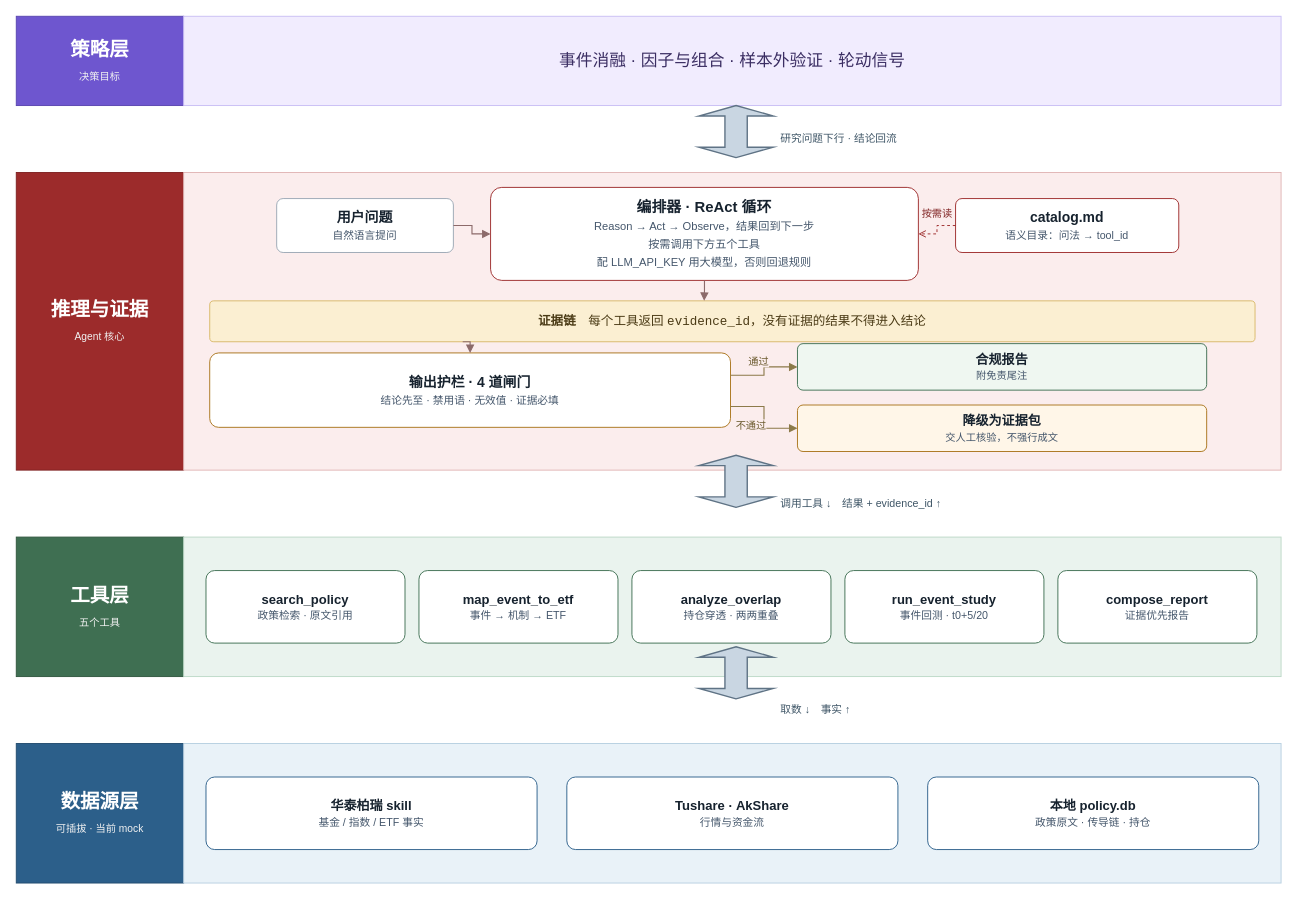
The draw.io diagram docs/architecture.drawio in ChinaLyn/etf-research-agent, before the edit. Source tidied: cells renumbered, new cells numbered last; positions are measured from the earlier drawing's top-left corner, leaving out a move shared by most shapes. Both pictures are drawn from the tidied source at 93%, with x=0, y=0 at pixel (16, 16). Pictures stored in the file or linked from it are replaced by grey dashed boxes.
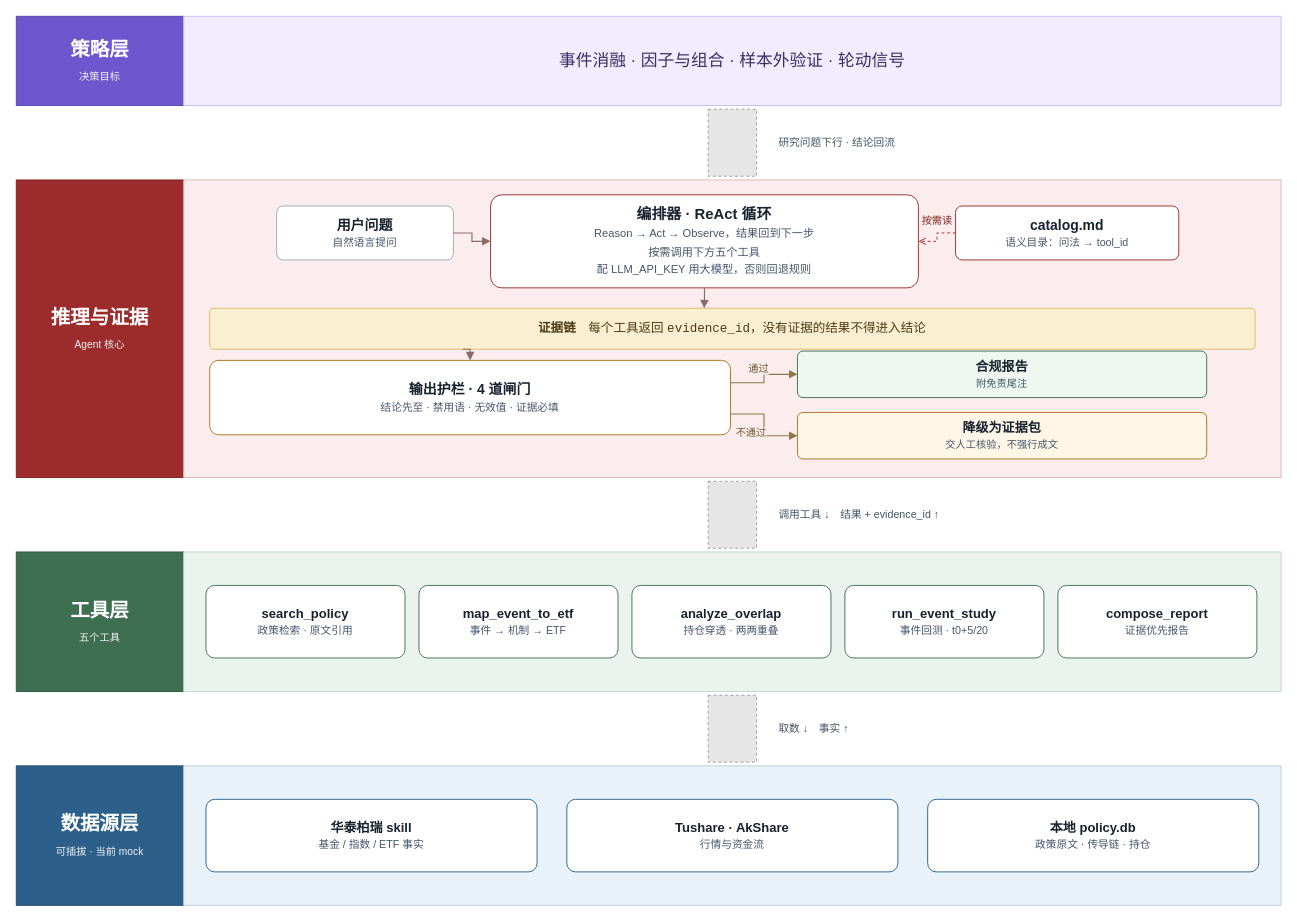
The same diagram, later.

Commit message (it also covers changes not shown here):
docs: 层间箭头改为自绘填充双向箭头，与色带留出边距不再重叠

Diff of the diagram source:
```diff
@@
     <mxCell id="5" value="&lt;b&gt;推理与证据&lt;/b&gt;&lt;br&gt;&lt;font style=&quot;font-size:11px;color:#F2F2F2&quot;&gt;Agent 核心&lt;/font&gt;" style="rounded=0;whiteSpace=wrap;html=1;fontSize=21;fontColor=#FFFFFF;fontFamily=Microsoft YaHei;fillColor=#9C2B2B;strokeColor=#7F2222;" parent="1" vertex="1">
-      <mxGeometry y="168" width="180" height="320" as="geometry" />
+      <mxGeometry y="176" width="180" height="320" as="geometry" />
     </mxCell>
     <mxCell id="6" style="rounded=0;whiteSpace=wrap;html=1;fontFamily=Microsoft YaHei;fillColor=#FBEDED;strokeColor=#E0B4B4;" parent="1" vertex="1">
-      <mxGeometry x="180" y="168" width="1180" height="320" as="geometry" />
+      <mxGeometry x="180" y="176" width="1180" height="320" as="geometry" />
     </mxCell>
@@
     <mxCell id="20" value="&lt;b&gt;工具层&lt;/b&gt;&lt;br&gt;&lt;font style=&quot;font-size:11px;color:#F2F2F2&quot;&gt;五个工具&lt;/font&gt;" style="rounded=0;whiteSpace=wrap;html=1;fontSize=21;fontColor=#FFFFFF;fontFamily=Microsoft YaHei;fillColor=#3F6F52;strokeColor=#31573F;" parent="1" vertex="1">
-      <mxGeometry y="560" width="180" height="150" as="geometry" />
+      <mxGeometry y="576" width="180" height="150" as="geometry" />
     </mxCell>
     <mxCell id="21" style="rounded=0;whiteSpace=wrap;html=1;fontFamily=Microsoft YaHei;fillColor=#EAF3EE;strokeColor=#BCD9C7;" parent="1" vertex="1">
-      <mxGeometry x="180" y="560" width="1180" height="150" as="geometry" />
+      <mxGeometry x="180" y="576" width="1180" height="150" as="geometry" />
     </mxCell>
@@
     <mxCell id="27" value="&lt;b&gt;数据源层&lt;/b&gt;&lt;br&gt;&lt;font style=&quot;font-size:11px;color:#F2F2F2&quot;&gt;可插拔 · 当前 mock&lt;/font&gt;" style="rounded=0;whiteSpace=wrap;html=1;fontSize=21;fontColor=#FFFFFF;fontFamily=Microsoft YaHei;fillColor=#2C5F8A;strokeColor=#234C6E;" parent="1" vertex="1">
-      <mxGeometry y="782" width="180" height="150" as="geometry" />
+      <mxGeometry y="806" width="180" height="150" as="geometry" />
     </mxCell>
     <mxCell id="28" style="rounded=0;whiteSpace=wrap;html=1;fontFamily=Microsoft YaHei;fillColor=#E9F2F8;strokeColor=#B7CFE0;" parent="1" vertex="1">
-      <mxGeometry x="180" y="782" width="1180" height="150" as="geometry" />
+      <mxGeometry x="180" y="806" width="1180" height="150" as="geometry" />
     </mxCell>
@@
+    <mxCell id="33" value="研究问题下行 · 结论回流" style="text;html=1;fontSize=11.5;fontColor=#3E5566;fontFamily=Microsoft YaHei;align=left;verticalAlign=middle;" parent="1" vertex="1">
+      <mxGeometry x="818" y="100" width="380" height="72" as="geometry" />
+    </mxCell>
+    <mxCell id="35" value="调用工具 ↓　结果 + evidence_id ↑" style="text;html=1;fontSize=11.5;fontColor=#3E5566;fontFamily=Microsoft YaHei;align=left;verticalAlign=middle;" parent="1" vertex="1">
+      <mxGeometry x="818" y="500" width="440" height="72" as="geometry" />
+    </mxCell>
+    <mxCell id="37" value="取数 ↓　事实 ↑" style="text;html=1;fontSize=11.5;fontColor=#3E5566;fontFamily=Microsoft YaHei;align=left;verticalAlign=middle;" parent="1" vertex="1">
+      <mxGeometry x="818" y="730" width="280" height="72" as="geometry" />
+    </mxCell>
-    <mxCell id="32" style="shape=doubleArrow;html=1;direction=north;size=14;fillColor=#C9D6E2;strokeColor=#5F7385;strokeWidth=1.5;" parent="1" vertex="1">
-      <mxGeometry x="734" y="96" width="80" height="56" as="geometry" />
+    <mxCell id="32" style="fillColor=#E6E6E6;strokeColor=#999999;dashed=1;html=1;" parent="1" vertex="1">
+      <mxGeometry x="744" y="100" width="52" height="72" as="geometry" />
     </mxCell>
-    <mxCell id="33" value="研究问题下行 · 结论回流" style="text;html=1;fontSize=11.5;fontColor=#3E5566;fontFamily=Microsoft YaHei;align=left;verticalAlign=middle;" parent="1" vertex="1">
-      <mxGeometry x="820" y="96" width="380" height="72" as="geometry" />
-    </mxCell>
-    <mxCell id="34" style="shape=doubleArrow;html=1;direction=north;size=14;fillColor=#C9D6E2;strokeColor=#5F7385;strokeWidth=1.5;" parent="1" vertex="1">
-      <mxGeometry x="734" y="472" width="80" height="56" as="geometry" />
+    <mxCell id="34" style="fillColor=#E6E6E6;strokeColor=#999999;dashed=1;html=1;" parent="1" vertex="1">
+      <mxGeometry x="744" y="500" width="52" height="72" as="geometry" />
     </mxCell>
-    <mxCell id="35" value="调用工具 ↓　结果 + evidence_id ↑" style="text;html=1;fontSize=11.5;fontColor=#3E5566;fontFamily=Microsoft YaHei;align=left;verticalAlign=middle;" parent="1" vertex="1">
-      <mxGeometry x="820" y="488" width="440" height="72" as="geometry" />
-    </mxCell>
-    <mxCell id="36" style="shape=doubleArrow;html=1;direction=north;size=14;fillColor=#C9D6E2;strokeColor=#5F7385;strokeWidth=1.5;" parent="1" vertex="1">
-      <mxGeometry x="734" y="678" width="80" height="56" as="geometry" />
+    <mxCell id="36" style="fillColor=#E6E6E6;strokeColor=#999999;dashed=1;html=1;" parent="1" vertex="1">
+      <mxGeometry x="744" y="730" width="52" height="72" as="geometry" />
     </mxCell>
-    <mxCell id="37" value="取数 ↓　事实 ↑" style="text;html=1;fontSize=11.5;fontColor=#3E5566;fontFamily=Microsoft YaHei;align=left;verticalAlign=middle;" parent="1" vertex="1">
-      <mxGeometry x="820" y="710" width="280" height="72" as="geometry" />
-    </mxCell>
```
